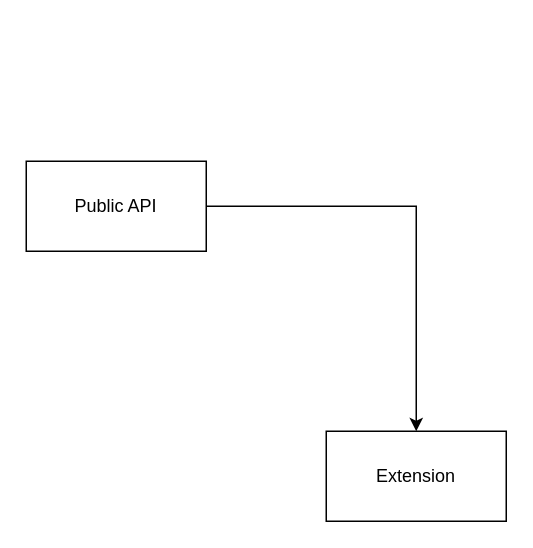
Before: page "overview" (1 of 3) of BellaFiora.drawio in BellaFiora/BellaFiora, a draw.io diagram. Source tidied: cells renumbered, new cells numbered last; positions are measured from the earlier drawing's top-left corner, leaving out a move shared by most shapes. Both pictures are drawn from the tidied source at 150%, with x=0, y=0 at pixel (26, 160).
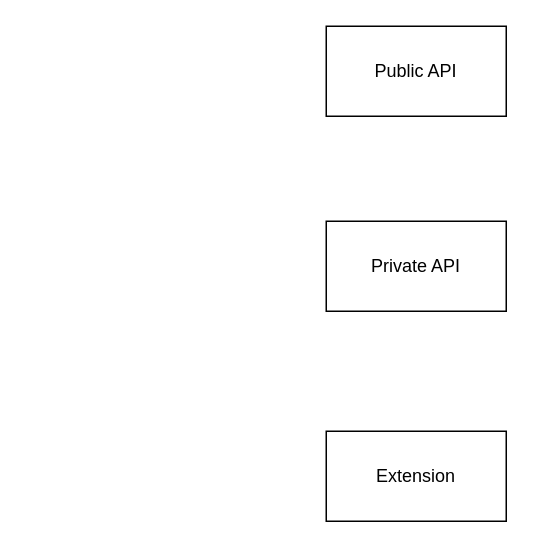
The same page after the edit.

Diff of the diagram source:
```diff
@@
 <mxGraphModel>
   <root>
     <mxCell id="0" />
     <mxCell id="1" parent="0" />
     <mxCell id="2" value="Extension" style="rounded=0;whiteSpace=wrap;html=1;comic=0;enumerate=0;" parent="1" vertex="1">
       <mxGeometry x="200" y="180" width="120" height="60" as="geometry" />
     </mxCell>
-    <mxCell id="3" style="edgeStyle=orthogonalEdgeStyle;rounded=0;jettySize=auto;html=1;exitX=1;exitY=0.5;exitDx=0;exitDy=0;entryX=0.5;entryY=0;entryDx=0;entryDy=0;" parent="1" edge="1" source="4" target="2">
-      <mxGeometry relative="1" as="geometry" />
-    </mxCell>
     <mxCell id="4" value="Public API" style="rounded=0;whiteSpace=wrap;html=1;" parent="1" vertex="1">
-      <mxGeometry width="120" height="60" as="geometry" />
+      <mxGeometry x="200" y="-90" width="120" height="60" as="geometry" />
     </mxCell>
+    <mxCell id="5" value="Private API" style="rounded=0;whiteSpace=wrap;html=1;" parent="1" vertex="1">
+      <mxGeometry x="200" y="40" width="120" height="60" as="geometry" />
+    </mxCell>
   </root>
 </mxGraphModel>
```
